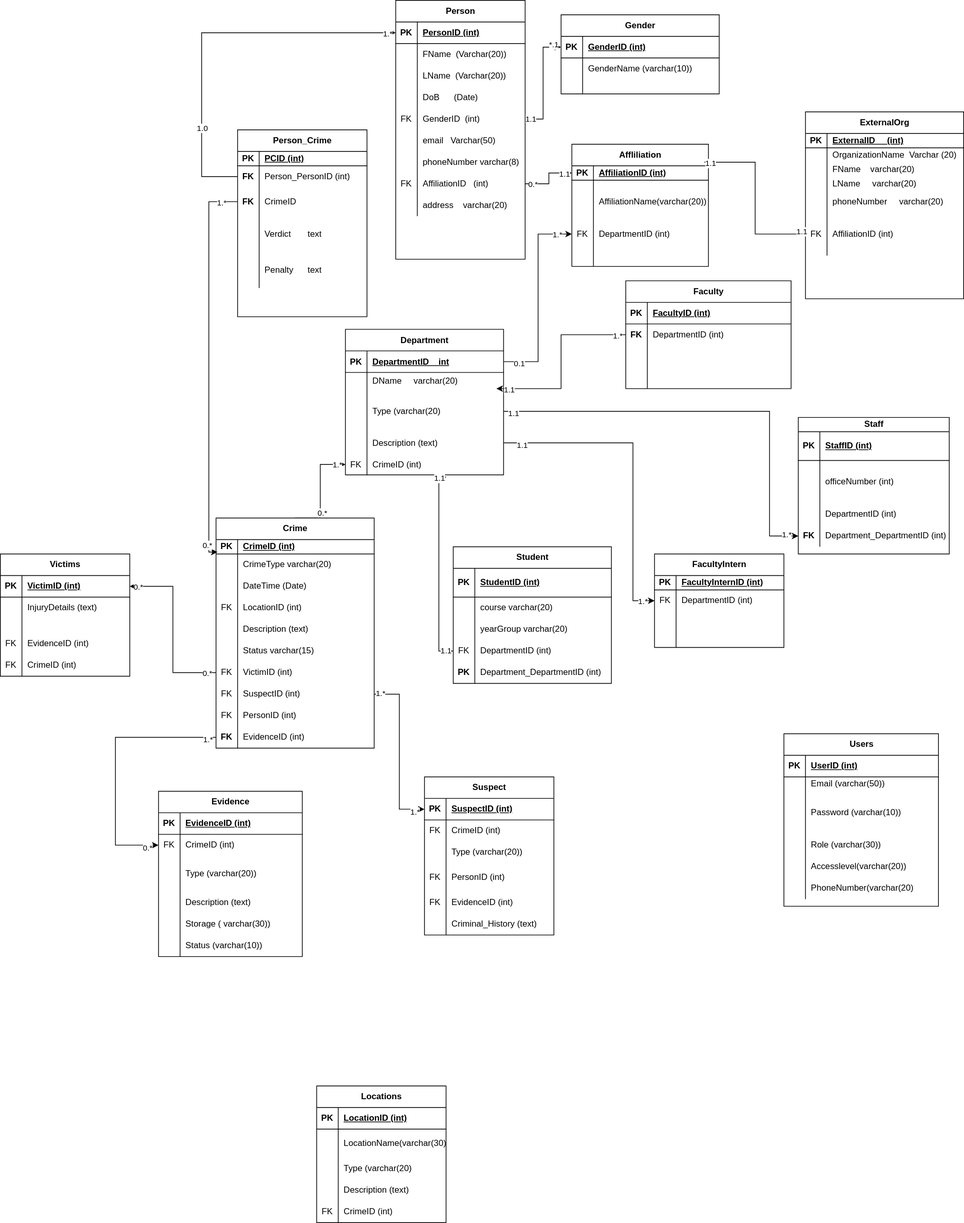
The draw.io diagram Untitled Diagram.drawio.svg in Priscile2/Diagrams, before a commit. Source tidied: cells renumbered, new cells last; positions are measured from the earlier drawing's top-left corner, leaving out a move shared by most shapes.
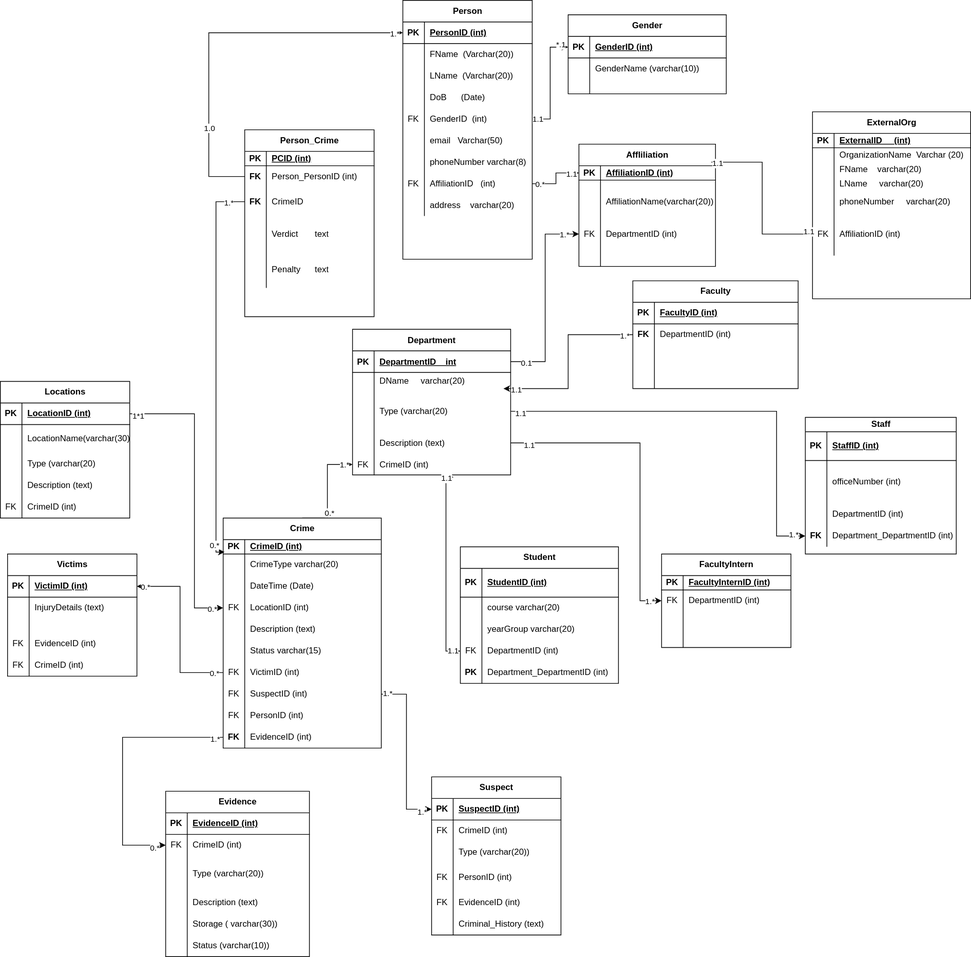
After the change.

Diff of the diagram source:
```diff
@@ -749,7 +749,7 @@
       <mxGeometry x="30" width="150" height="20" as="geometry" />
     </mxCell>
     <mxCell id="250" value="Locations" style="shape=table;startSize=30;rowLines=0;fontStyle=1;align=center;html=1;" parent="1" vertex="1">
-      <mxGeometry x="440" y="1510" width="180" height="190" as="geometry" />
+      <mxGeometry x="-10" y="530" width="180" height="190" as="geometry" />
     </mxCell>
     <mxCell id="251" style="shape=tableRow;horizontal=0;startSize=0;swimlaneHead=0;swimlaneBody=0;fillColor=none;points=[[0,0.5],[1,0.5]];portConstraint=eastwest;top=0;left=0;right=0;bottom=1;" parent="250" vertex="1">
       <mxGeometry y="30" width="180" height="30" as="geometry" />
@@ -868,63 +868,6 @@
     <mxCell id="283" value="1.*" style="edgeLabel;html=1;align=center;verticalAlign=middle;" parent="281" vertex="1">
       <mxGeometry x="-0.91" y="1" relative="1" as="geometry" />
     </mxCell>
-    <mxCell id="284" value="Users" style="shape=table;startSize=30;rowLines=0;fontStyle=1;align=center;html=1;" parent="1" vertex="1">
-      <mxGeometry x="1090" y="1020" width="215" height="240" as="geometry" />
-    </mxCell>
-    <mxCell id="285" style="shape=tableRow;horizontal=0;startSize=0;swimlaneHead=0;swimlaneBody=0;fillColor=none;top=0;left=0;right=0;bottom=1;" parent="284" vertex="1">
-      <mxGeometry y="30" width="215" height="30" as="geometry" />
-    </mxCell>
-    <mxCell id="286" value="PK" style="shape=partialRectangle;fillColor=none;top=0;left=0;bottom=0;right=0;fontStyle=1;overflow=hidden;whiteSpace=wrap;html=1;" parent="285" vertex="1">
-      <mxGeometry width="30" height="30" as="geometry" />
-    </mxCell>
-    <mxCell id="287" value="UserID (int)" style="shape=partialRectangle;fillColor=none;top=0;left=0;bottom=0;right=0;align=left;spacingLeft=6;fontStyle=5;overflow=hidden;whiteSpace=wrap;html=1;" parent="285" vertex="1">
-      <mxGeometry x="30" width="185" height="30" as="geometry" />
-    </mxCell>
-    <mxCell id="288" style="shape=tableRow;horizontal=0;startSize=0;swimlaneHead=0;swimlaneBody=0;fillColor=none;top=0;left=0;right=0;bottom=0;" parent="284" vertex="1">
-      <mxGeometry y="60" width="215" height="20" as="geometry" />
-    </mxCell>
-    <mxCell id="289" style="shape=partialRectangle;fillColor=none;top=0;left=0;bottom=0;right=0;overflow=hidden;whiteSpace=wrap;html=1;" parent="288" vertex="1">
-      <mxGeometry width="30" height="20" as="geometry" />
-    </mxCell>
-    <mxCell id="290" value="Email (varchar(50))" style="shape=partialRectangle;fillColor=none;top=0;left=0;bottom=0;right=0;align=left;spacingLeft=6;overflow=hidden;whiteSpace=wrap;html=1;" parent="288" vertex="1">
-      <mxGeometry x="30" width="185" height="20" as="geometry" />
-    </mxCell>
-    <mxCell id="291" style="shape=tableRow;horizontal=0;startSize=0;swimlaneHead=0;swimlaneBody=0;fillColor=none;top=0;left=0;right=0;bottom=0;" parent="284" vertex="1">
-      <mxGeometry y="80" width="215" height="60" as="geometry" />
-    </mxCell>
-    <mxCell id="292" style="shape=partialRectangle;fillColor=none;top=0;left=0;bottom=0;right=0;overflow=hidden;whiteSpace=wrap;html=1;" parent="291" vertex="1">
-      <mxGeometry width="30" height="60" as="geometry" />
-    </mxCell>
-    <mxCell id="293" value="Password (varchar(10))" style="shape=partialRectangle;fillColor=none;top=0;left=0;bottom=0;right=0;align=left;spacingLeft=6;overflow=hidden;whiteSpace=wrap;html=1;" parent="291" vertex="1">
-      <mxGeometry x="30" width="185" height="60" as="geometry" />
-    </mxCell>
-    <mxCell id="294" style="shape=tableRow;horizontal=0;startSize=0;swimlaneHead=0;swimlaneBody=0;fillColor=none;top=0;left=0;right=0;bottom=0;" parent="284" vertex="1">
-      <mxGeometry y="140" width="215" height="30" as="geometry" />
-    </mxCell>
-    <mxCell id="295" style="shape=partialRectangle;fillColor=none;top=0;left=0;bottom=0;right=0;overflow=hidden;whiteSpace=wrap;html=1;" parent="294" vertex="1">
-      <mxGeometry width="30" height="30" as="geometry" />
-    </mxCell>
-    <mxCell id="296" value="Role (varchar(30))" style="shape=partialRectangle;fillColor=none;top=0;left=0;bottom=0;right=0;align=left;spacingLeft=6;overflow=hidden;whiteSpace=wrap;html=1;" parent="294" vertex="1">
-      <mxGeometry x="30" width="185" height="30" as="geometry" />
-    </mxCell>
-    <mxCell id="297" style="shape=tableRow;horizontal=0;startSize=0;swimlaneHead=0;swimlaneBody=0;fillColor=none;top=0;left=0;right=0;bottom=0;" parent="284" vertex="1">
-      <mxGeometry y="170" width="215" height="30" as="geometry" />
-    </mxCell>
-    <mxCell id="298" style="shape=partialRectangle;fillColor=none;top=0;left=0;bottom=0;right=0;overflow=hidden;whiteSpace=wrap;html=1;" parent="297" vertex="1">
-      <mxGeometry width="30" height="30" as="geometry" />
-    </mxCell>
-    <mxCell id="299" value="Accesslevel(varchar(20))" style="shape=partialRectangle;fillColor=none;top=0;left=0;bottom=0;right=0;align=left;spacingLeft=6;overflow=hidden;whiteSpace=wrap;html=1;" parent="297" vertex="1">
-      <mxGeometry x="30" width="185" height="30" as="geometry" />
-    </mxCell>
-    <mxCell id="300" style="shape=tableRow;horizontal=0;startSize=0;swimlaneHead=0;swimlaneBody=0;fillColor=none;top=0;left=0;right=0;bottom=0;" parent="284" vertex="1">
-      <mxGeometry y="200" width="215" height="30" as="geometry" />
-    </mxCell>
-    <mxCell id="301" style="shape=partialRectangle;fillColor=none;top=0;left=0;bottom=0;right=0;overflow=hidden;whiteSpace=wrap;html=1;" parent="300" vertex="1">
-      <mxGeometry width="30" height="30" as="geometry" />
-    </mxCell>
-    <mxCell id="302" value="PhoneNumber(varchar(20)" style="shape=partialRectangle;fillColor=none;top=0;left=0;bottom=0;right=0;align=left;spacingLeft=6;overflow=hidden;whiteSpace=wrap;html=1;" parent="300" vertex="1">
-      <mxGeometry x="30" width="185" height="30" as="geometry" />
-    </mxCell>
     <mxCell id="303" style="edgeStyle=elbowEdgeStyle;rounded=0;jettySize=auto;html=1;entryX=0;entryY=0.5;entryDx=0;entryDy=0;" parent="1" edge="1" target="149">
       <mxGeometry relative="1" as="geometry">
         <mxPoint x="620" y="663" as="sourcePoint" />
@@ -1004,5 +947,18 @@
     <mxCell id="320" value="1.*" style="edgeLabel;html=1;align=center;verticalAlign=middle;" parent="318" vertex="1">
       <mxGeometry x="0.88" y="-3" relative="1" as="geometry" />
     </mxCell>
+    <mxCell id="321" style="edgeStyle=elbowEdgeStyle;rounded=0;jettySize=auto;html=1;exitX=1;exitY=0.5;exitDx=0;exitDy=0;entryX=0;entryY=0.5;entryDx=0;entryDy=0;" parent="1" edge="1" source="251" target="187">
+      <mxGeometry relative="1" as="geometry">
+        <Array as="points">
+          <mxPoint x="260" y="710" />
+        </Array>
+      </mxGeometry>
+    </mxCell>
+    <mxCell id="322" value="1*1" style="edgeLabel;html=1;align=center;verticalAlign=middle;" parent="321" vertex="1">
+      <mxGeometry x="-0.94" y="-2" relative="1" as="geometry" />
+    </mxCell>
+    <mxCell id="323" value="0.*" style="edgeLabel;html=1;align=center;verticalAlign=middle;" parent="321" vertex="1">
+      <mxGeometry x="0.92" y="-1" relative="1" as="geometry" />
+    </mxCell>
   </root>
 </mxGraphModel>
```
